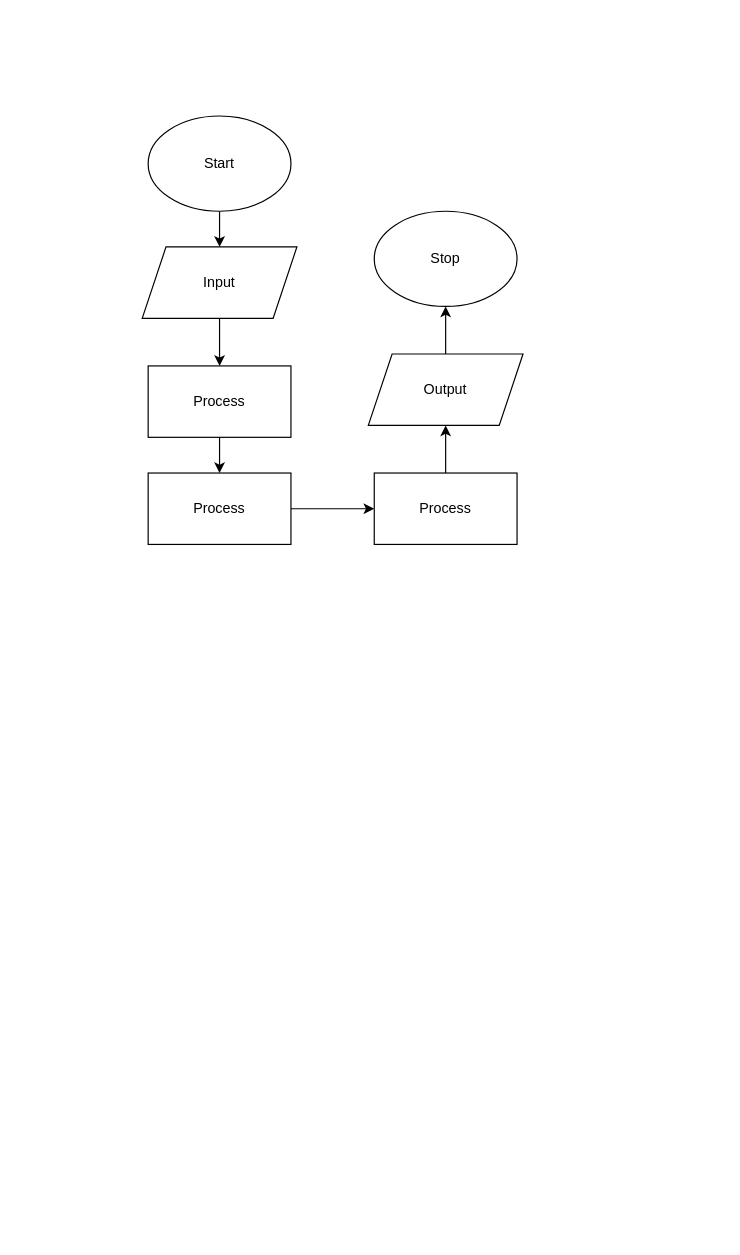
Above: flowchart.drawio in Aleksandr-Ten/ICS3U-Unit4-02-Python (draw.io), before the change. Source tidied: cells renumbered, new cells numbered last; positions are measured from the earlier drawing's top-left corner, leaving out a move shared by most shapes. Both pictures are drawn from the tidied source at 119%, with x=0, y=0 at pixel (142, 115).
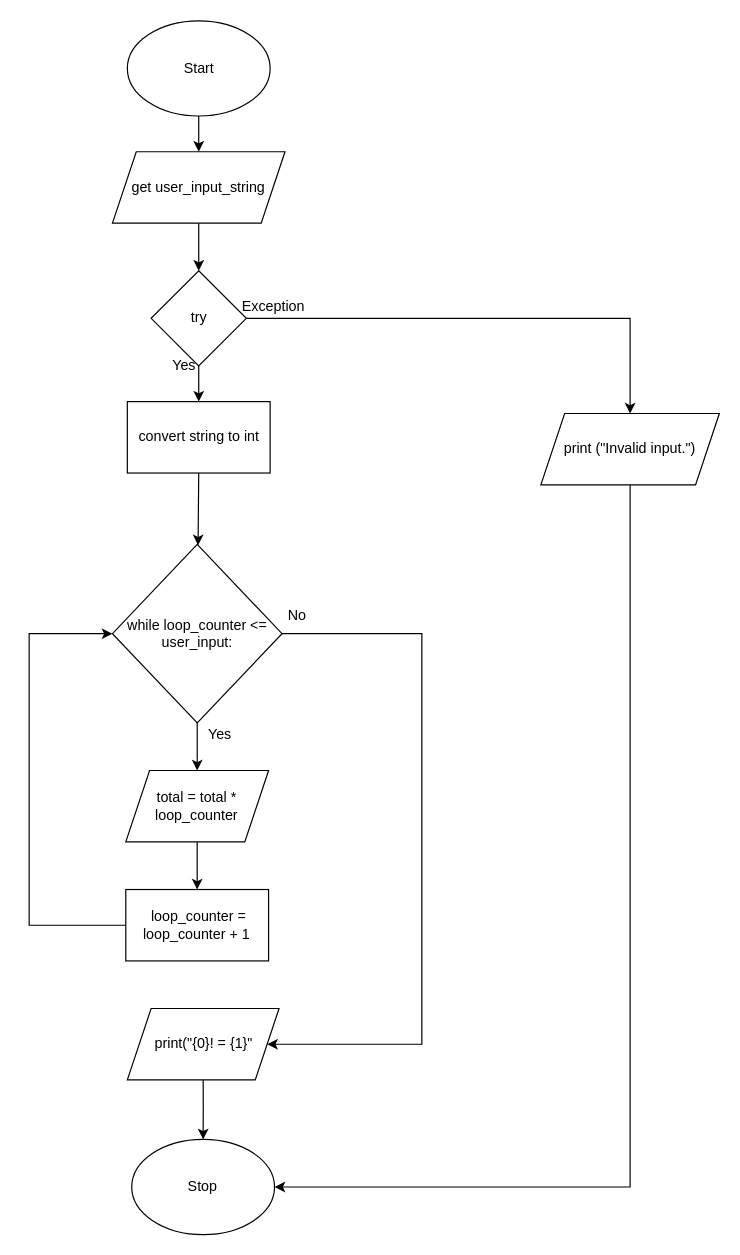
The same page after the edit.

Change to the diagram source:
```diff
@@
     <mxCell id="3" value="Start" style="ellipse;whiteSpace=wrap;html=1;" parent="1" vertex="1">
-      <mxGeometry x="5" width="120" height="80" as="geometry" />
+      <mxGeometry x="-12.5" y="-80" width="120" height="80" as="geometry" />
     </mxCell>
-    <mxCell id="4" style="edgeStyle=none;html=1;exitX=0.5;exitY=1;exitDx=0;exitDy=0;entryX=0.5;entryY=0;entryDx=0;entryDy=0;" parent="1" edge="1" source="5" target="7">
-      <mxGeometry relative="1" as="geometry" />
+    <mxCell id="4" style="edgeStyle=none;html=1;exitX=0.5;exitY=1;exitDx=0;exitDy=0;entryX=0.5;entryY=0;entryDx=0;entryDy=0;" parent="1" edge="1" source="5">
+      <mxGeometry relative="1" as="geometry">
+        <mxPoint x="47.5" y="130" as="targetPoint" />
+      </mxGeometry>
     </mxCell>
-    <mxCell id="5" value="Input" style="shape=parallelogram;perimeter=parallelogramPerimeter;whiteSpace=wrap;html=1;fixedSize=1;" parent="1" vertex="1">
-      <mxGeometry y="110" width="130" height="60" as="geometry" />
+    <mxCell id="5" value="get user_input_string" style="shape=parallelogram;perimeter=parallelogramPerimeter;whiteSpace=wrap;html=1;fixedSize=1;" parent="1" vertex="1">
+      <mxGeometry x="-25" y="30" width="145" height="60" as="geometry" />
     </mxCell>
-    <mxCell id="6" style="edgeStyle=none;html=1;exitX=0.5;exitY=1;exitDx=0;exitDy=0;" parent="1" edge="1" source="7" target="9">
-      <mxGeometry relative="1" as="geometry" />
-    </mxCell>
-    <mxCell id="7" value="Process" style="rounded=0;whiteSpace=wrap;html=1;" parent="1" vertex="1">
-      <mxGeometry x="5" y="210" width="120" height="60" as="geometry" />
-    </mxCell>
-    <mxCell id="8" style="edgeStyle=none;html=1;exitX=1;exitY=0.5;exitDx=0;exitDy=0;entryX=0;entryY=0.5;entryDx=0;entryDy=0;" parent="1" edge="1" source="9" target="11">
-      <mxGeometry relative="1" as="geometry" />
-    </mxCell>
-    <mxCell id="9" value="Process" style="rounded=0;whiteSpace=wrap;html=1;" parent="1" vertex="1">
-      <mxGeometry x="5" y="300" width="120" height="60" as="geometry" />
-    </mxCell>
-    <mxCell id="10" style="edgeStyle=none;html=1;exitX=0.5;exitY=0;exitDx=0;exitDy=0;" parent="1" edge="1" source="11" target="13">
-      <mxGeometry relative="1" as="geometry" />
-    </mxCell>
-    <mxCell id="11" value="Process" style="rounded=0;whiteSpace=wrap;html=1;" parent="1" vertex="1">
-      <mxGeometry x="195" y="300" width="120" height="60" as="geometry" />
-    </mxCell>
+    <mxCell id="15" style="edgeStyle=none;html=1;exitX=0.5;exitY=1;exitDx=0;exitDy=0;" parent="1" edge="1" source="12" target="18">
+      <mxGeometry relative="1" as="geometry" />
+    </mxCell>
+    <mxCell id="16" style="edgeStyle=orthogonalEdgeStyle;rounded=0;html=1;" parent="1" edge="1" source="12" target="27">
+      <mxGeometry relative="1" as="geometry" />
+    </mxCell>
-    <mxCell id="12" style="edgeStyle=none;html=1;" parent="1" edge="1" source="13" target="14">
-      <mxGeometry relative="1" as="geometry" />
+    <mxCell id="12" value="try" style="rhombus;whiteSpace=wrap;html=1;" parent="1" vertex="1">
+      <mxGeometry x="7.5" y="130" width="80" height="80" as="geometry" />
     </mxCell>
-    <mxCell id="13" value="Output" style="shape=parallelogram;perimeter=parallelogramPerimeter;whiteSpace=wrap;html=1;fixedSize=1;" parent="1" vertex="1">
-      <mxGeometry x="190" y="200" width="130" height="60" as="geometry" />
-    </mxCell>
+    <mxCell id="17" style="edgeStyle=none;html=1;exitX=0.5;exitY=1;exitDx=0;exitDy=0;" parent="1" edge="1" source="18" target="21">
+      <mxGeometry relative="1" as="geometry" />
+    </mxCell>
+    <mxCell id="18" value="convert string to int" style="rounded=0;whiteSpace=wrap;html=1;" parent="1" vertex="1">
+      <mxGeometry x="-12.5" y="240" width="120" height="60" as="geometry" />
+    </mxCell>
+    <mxCell id="19" style="edgeStyle=none;html=1;exitX=0.5;exitY=1;exitDx=0;exitDy=0;" parent="1" edge="1" source="21" target="23">
+      <mxGeometry relative="1" as="geometry" />
+    </mxCell>
+    <mxCell id="20" style="edgeStyle=orthogonalEdgeStyle;rounded=0;html=1;exitX=1;exitY=0.5;exitDx=0;exitDy=0;entryX=1;entryY=0.5;entryDx=0;entryDy=0;" parent="1" edge="1" source="21" target="29">
+      <mxGeometry relative="1" as="geometry">
+        <Array as="points">
+          <mxPoint x="235" y="435" />
+          <mxPoint x="235" y="780" />
+        </Array>
+      </mxGeometry>
+    </mxCell>
+    <mxCell id="21" value="while loop_counter &amp;lt;= user_input:" style="rhombus;whiteSpace=wrap;html=1;" parent="1" vertex="1">
+      <mxGeometry x="-25" y="360" width="142.5" height="150" as="geometry" />
+    </mxCell>
+    <mxCell id="22" style="edgeStyle=none;html=1;entryX=0.5;entryY=0;entryDx=0;entryDy=0;" parent="1" edge="1" source="23" target="25">
+      <mxGeometry relative="1" as="geometry" />
+    </mxCell>
+    <mxCell id="23" value="total = total * loop_counter" style="shape=parallelogram;perimeter=parallelogramPerimeter;whiteSpace=wrap;html=1;fixedSize=1;" parent="1" vertex="1">
+      <mxGeometry x="-13.8" y="550" width="120" height="60" as="geometry" />
+    </mxCell>
+    <mxCell id="24" style="edgeStyle=orthogonalEdgeStyle;html=1;exitX=0;exitY=0.5;exitDx=0;exitDy=0;entryX=0;entryY=0.5;entryDx=0;entryDy=0;rounded=0;" parent="1" edge="1" source="25" target="21">
+      <mxGeometry relative="1" as="geometry">
+        <Array as="points">
+          <mxPoint x="-95" y="680" />
+          <mxPoint x="-95" y="435" />
+        </Array>
+      </mxGeometry>
+    </mxCell>
+    <mxCell id="25" value="&amp;nbsp;loop_counter = loop_counter + 1" style="rounded=0;whiteSpace=wrap;html=1;" parent="1" vertex="1">
+      <mxGeometry x="-13.8" y="650" width="120" height="60" as="geometry" />
+    </mxCell>
+    <mxCell id="26" style="edgeStyle=orthogonalEdgeStyle;rounded=0;html=1;exitX=0.5;exitY=1;exitDx=0;exitDy=0;entryX=1;entryY=0.5;entryDx=0;entryDy=0;" parent="1" edge="1" source="27" target="14">
+      <mxGeometry relative="1" as="geometry" />
+    </mxCell>
+    <mxCell id="27" value="print (&quot;Invalid input.&quot;)" style="shape=parallelogram;perimeter=parallelogramPerimeter;whiteSpace=wrap;html=1;fixedSize=1;" parent="1" vertex="1">
+      <mxGeometry x="335" y="250" width="150" height="60" as="geometry" />
+    </mxCell>
+    <mxCell id="28" style="edgeStyle=orthogonalEdgeStyle;rounded=0;html=1;exitX=0.5;exitY=1;exitDx=0;exitDy=0;" parent="1" edge="1" source="29" target="14">
+      <mxGeometry relative="1" as="geometry" />
+    </mxCell>
+    <mxCell id="29" value="print(&quot;{0}! = {1}&quot;" style="shape=parallelogram;perimeter=parallelogramPerimeter;whiteSpace=wrap;html=1;fixedSize=1;" parent="1" vertex="1">
+      <mxGeometry x="-12.5" y="750" width="127.5" height="60" as="geometry" />
+    </mxCell>
     <mxCell id="14" value="Stop" style="ellipse;whiteSpace=wrap;html=1;" parent="1" vertex="1">
-      <mxGeometry x="195" y="80" width="120" height="80" as="geometry" />
+      <mxGeometry x="-8.8" y="860" width="120" height="80" as="geometry" />
     </mxCell>
+    <mxCell id="30" value="Yes" style="text;html=1;align=center;verticalAlign=middle;fillColor=none;strokeColor=none;rounded=0;" parent="1" vertex="1">
+      <mxGeometry x="15" y="200" width="40" height="20" as="geometry" />
+    </mxCell>
+    <mxCell id="31" value="Exception" style="text;html=1;align=center;verticalAlign=middle;fillColor=none;strokeColor=none;rounded=0;" parent="1" vertex="1">
+      <mxGeometry x="75" y="150" width="70" height="20" as="geometry" />
+    </mxCell>
+    <mxCell id="32" value="Yes" style="text;html=1;align=center;verticalAlign=middle;fillColor=none;strokeColor=none;rounded=0;" parent="1" vertex="1">
+      <mxGeometry x="45" y="510" width="40" height="20" as="geometry" />
+    </mxCell>
+    <mxCell id="33" value="No" style="text;html=1;align=center;verticalAlign=middle;fillColor=none;strokeColor=none;rounded=0;" parent="1" vertex="1">
+      <mxGeometry x="115" y="410" width="30" height="20" as="geometry" />
+    </mxCell>
```
